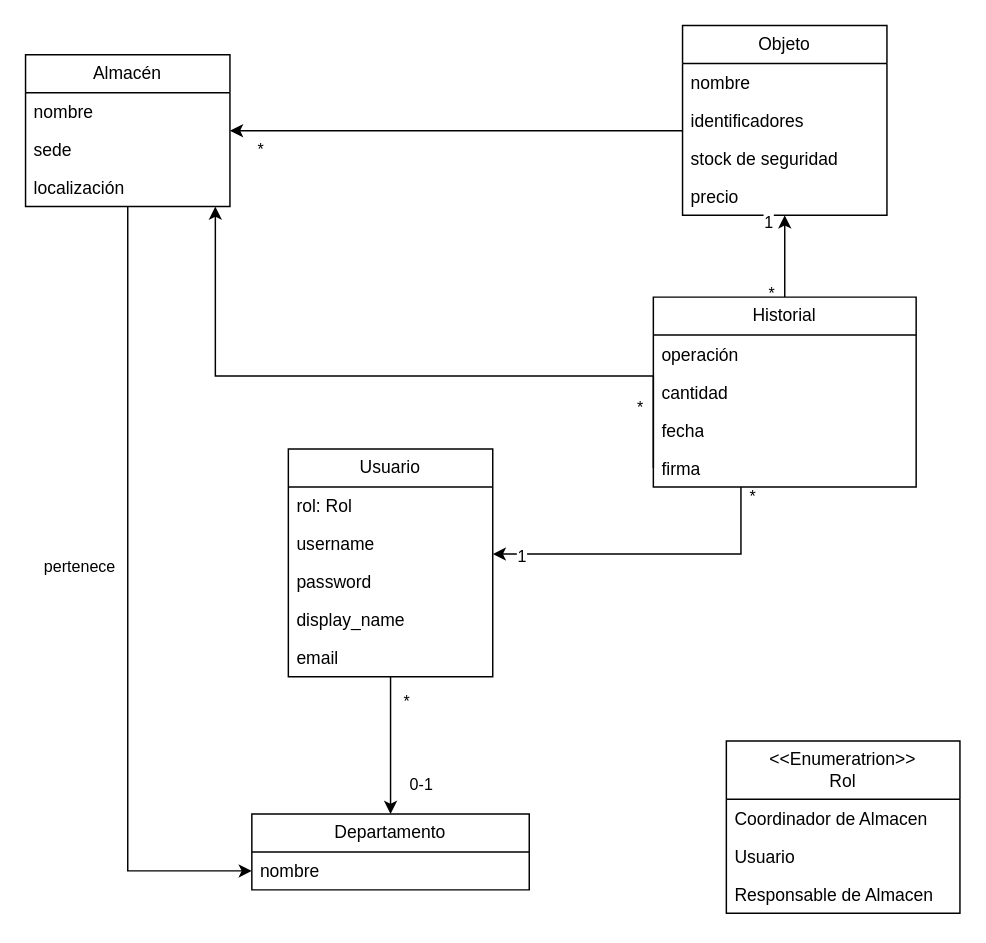
The draw.io diagram Diagramas/Diagrama conceptual.drawio in Emilio-115/Proyecto-IR-G2-12, before the edit. Source tidied: cells renumbered, new cells numbered last; positions are measured from the earlier drawing's top-left corner, leaving out a move shared by most shapes. Both pictures are drawn from the tidied source at 146%, with x=0, y=0 at pixel (25, 25).
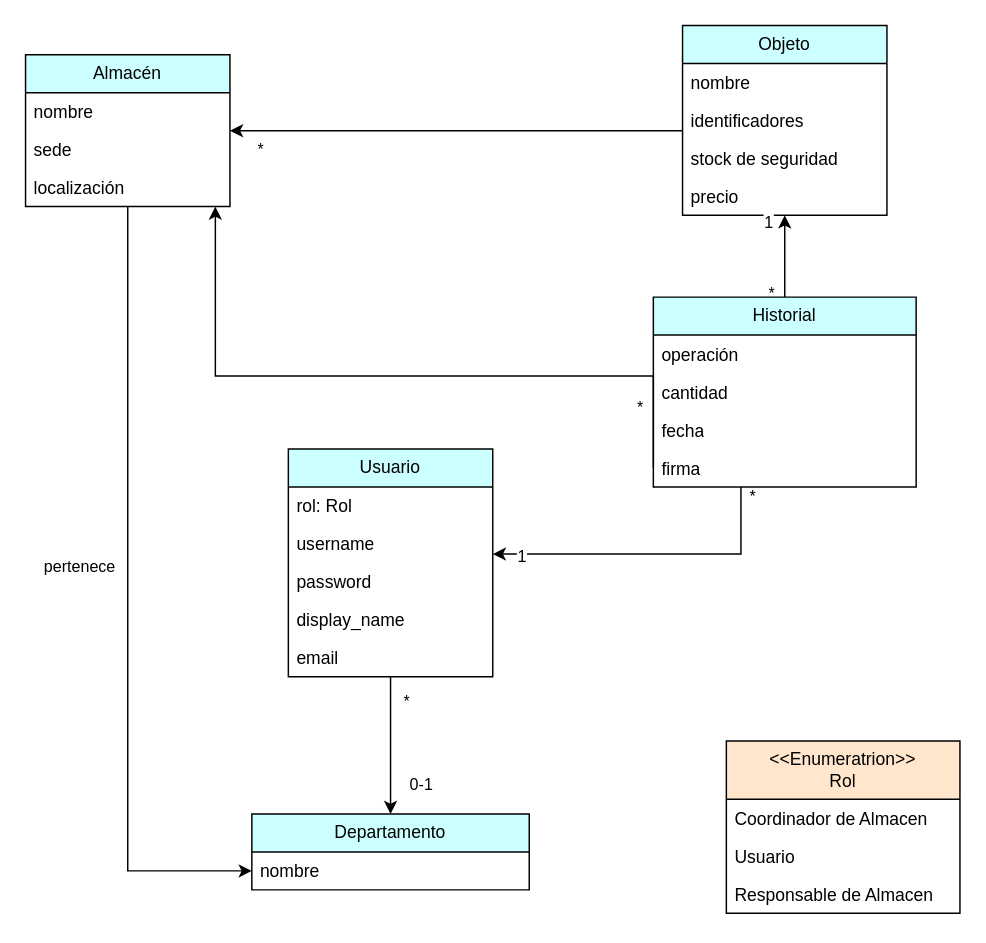
Above is the later version.

Diff of the diagram source:
```diff
@@
-    <mxCell id="5" value="Usuario" style="swimlane;fontStyle=0;horizontal=1;startSize=26;fillColor=none;whiteSpace=wrap;html=1;" parent="1" vertex="1">
+    <mxCell id="5" value="Usuario" style="swimlane;fontStyle=0;horizontal=1;startSize=26;fillColor=#CCFFFF;whiteSpace=wrap;html=1;" parent="1" vertex="1">
       <mxGeometry x="180" y="290" width="140" height="156" as="geometry" />
     </mxCell>
@@
-    <mxCell id="13" value="Objeto" style="swimlane;fontStyle=0;horizontal=1;startSize=26;fillColor=none;whiteSpace=wrap;html=1;" parent="1" vertex="1">
+    <mxCell id="13" value="Objeto" style="swimlane;fontStyle=0;horizontal=1;startSize=26;fillColor=#CCFFFF;whiteSpace=wrap;html=1;" parent="1" vertex="1">
       <mxGeometry x="450" width="140" height="130" as="geometry" />
     </mxCell>
@@
-    <mxCell id="19" value="Almacén" style="swimlane;fontStyle=0;horizontal=1;startSize=26;fillColor=none;whiteSpace=wrap;html=1;" parent="1" vertex="1">
+    <mxCell id="19" value="Almacén" style="swimlane;fontStyle=0;horizontal=1;startSize=26;fillColor=#CCFFFF;whiteSpace=wrap;html=1;" parent="1" vertex="1">
       <mxGeometry y="20" width="140" height="104" as="geometry" />
     </mxCell>
@@
-    <mxCell id="31" value="Historial" style="swimlane;fontStyle=0;horizontal=1;startSize=26;fillColor=none;whiteSpace=wrap;html=1;" parent="1" vertex="1">
+    <mxCell id="31" value="Historial" style="swimlane;fontStyle=0;horizontal=1;startSize=26;fillColor=#CCFFFF;whiteSpace=wrap;html=1;" parent="1" vertex="1">
       <mxGeometry x="430" y="186" width="180" height="130" as="geometry" />
     </mxCell>
@@
-    <mxCell id="36" value="Departamento" style="swimlane;fontStyle=0;horizontal=1;startSize=26;fillColor=none;whiteSpace=wrap;html=1;" parent="1" vertex="1">
+    <mxCell id="36" value="Departamento" style="swimlane;fontStyle=0;horizontal=1;startSize=26;fillColor=#CCFFFF;whiteSpace=wrap;html=1;" parent="1" vertex="1">
       <mxGeometry x="155" y="540" width="190" height="52" as="geometry" />
     </mxCell>
@@
-    <mxCell id="38" value="&lt;div&gt;&amp;lt;&amp;lt;Enumeratrion&amp;gt;&amp;gt;&lt;/div&gt;Rol" style="swimlane;fontStyle=0;horizontal=1;startSize=40;fillColor=none;whiteSpace=wrap;html=1;" parent="1" vertex="1">
+    <mxCell id="38" value="&lt;div&gt;&amp;lt;&amp;lt;Enumeratrion&amp;gt;&amp;gt;&lt;/div&gt;Rol" style="swimlane;fontStyle=0;horizontal=1;startSize=40;fillColor=#FFE6CC;whiteSpace=wrap;html=1;" parent="1" vertex="1">
       <mxGeometry x="480" y="490" width="160" height="118" as="geometry" />
     </mxCell>
```
